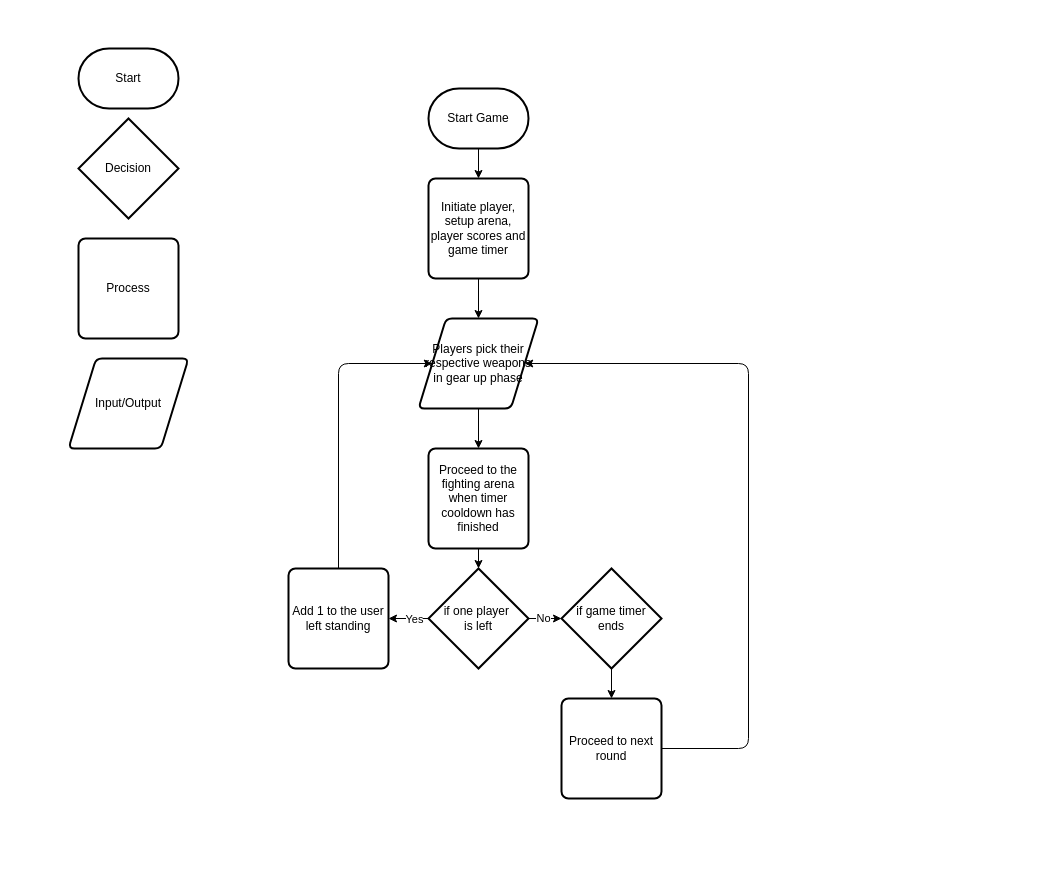
Earlier version of the draw.io diagram planning/drawio_flowcharts/Sprint2/sprint2_flowchart.drawio (MichaelHayesMC/term3-godot-furball-tactics). Source tidied: cells renumbered, new cells numbered last; positions are measured from the earlier drawing's top-left corner, leaving out a move shared by most shapes. Both pictures are drawn from the tidied source at 100%, with x=0, y=0 at pixel (68, 48).
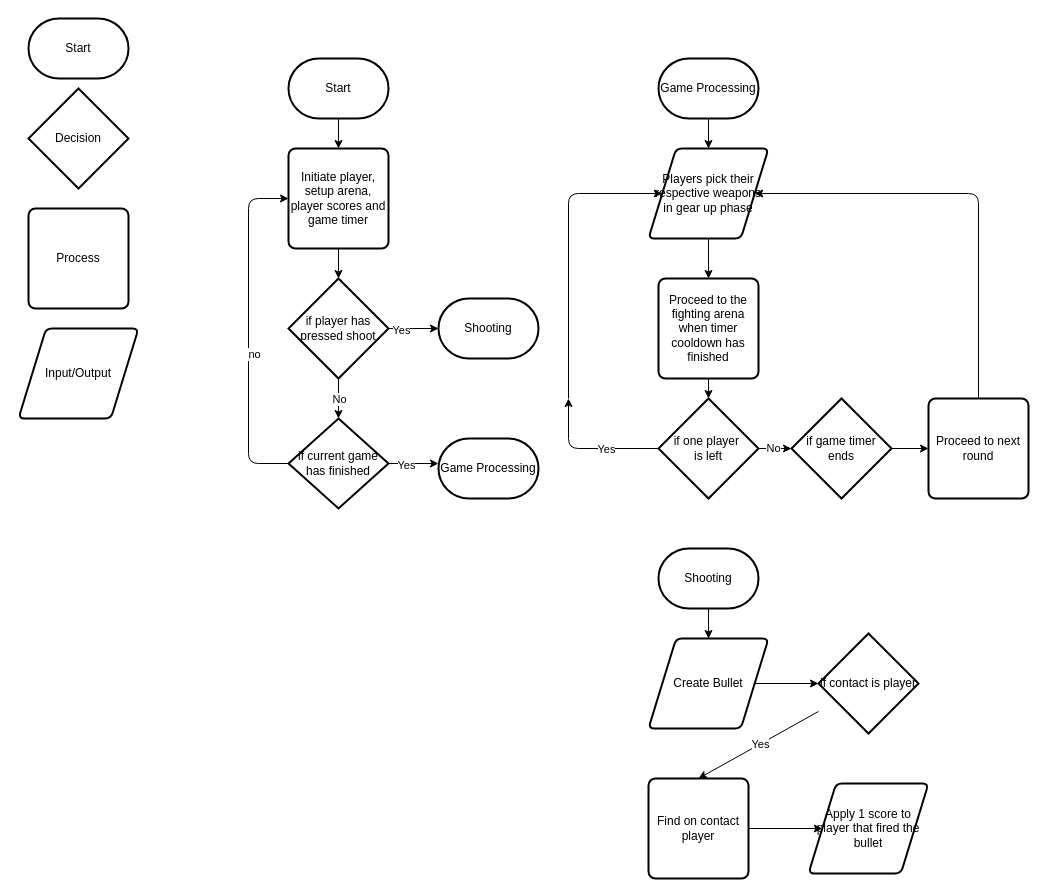
After the change.

Commit message (it also covers changes not shown here):
Created Flowcharts for what I want in my next sprints

The change refers to these unchanged cells:
```xml
<mxCell id="16" style="edgeStyle=none;html=1;" parent="1" edge="1" source="18" target="24">
  <mxGeometry relative="1" as="geometry" />
</mxCell>
```

Change to the diagram source:
```diff
@@
-    <mxCell id="2" value="Start" style="strokeWidth=2;html=1;shape=mxgraph.flowchart.terminator;whiteSpace=wrap;" parent="1" vertex="1">
-      <mxGeometry x="10" width="100" height="60" as="geometry" />
-    </mxCell>
-    <mxCell id="3" style="edgeStyle=none;html=1;" parent="1" edge="1" source="4" target="22">
-      <mxGeometry relative="1" as="geometry" />
-    </mxCell>
-    <mxCell id="4" value="Initiate player, setup arena, player scores and game timer" style="rounded=1;whiteSpace=wrap;html=1;absoluteArcSize=1;arcSize=14;strokeWidth=2;" parent="1" vertex="1">
-      <mxGeometry x="360" y="130" width="100" height="100" as="geometry" />
-    </mxCell>
+    <mxCell id="25" value="Start" style="strokeWidth=2;html=1;shape=mxgraph.flowchart.terminator;whiteSpace=wrap;" parent="1" vertex="1">
+      <mxGeometry x="-40" y="-30" width="100" height="60" as="geometry" />
+    </mxCell>
     <mxCell id="5" value="Decision" style="strokeWidth=2;html=1;shape=mxgraph.flowchart.decision;whiteSpace=wrap;" parent="1" vertex="1">
-      <mxGeometry x="10" y="70" width="100" height="100" as="geometry" />
+      <mxGeometry x="-40" y="40" width="100" height="100" as="geometry" />
     </mxCell>
     <mxCell id="6" value="Input/Output" style="shape=parallelogram;html=1;strokeWidth=2;perimeter=parallelogramPerimeter;whiteSpace=wrap;rounded=1;arcSize=12;size=0.23;" parent="1" vertex="1">
-      <mxGeometry y="310" width="120" height="90" as="geometry" />
+      <mxGeometry x="-50" y="280" width="120" height="90" as="geometry" />
     </mxCell>
-    <mxCell id="7" style="edgeStyle=none;html=1;" parent="1" edge="1" source="8">
-      <mxGeometry relative="1" as="geometry">
-        <mxPoint x="410" y="130" as="targetPoint" />
-      </mxGeometry>
-    </mxCell>
-    <mxCell id="8" value="Start Game" style="strokeWidth=2;html=1;shape=mxgraph.flowchart.terminator;whiteSpace=wrap;" parent="1" vertex="1">
-      <mxGeometry x="360" y="40" width="100" height="60" as="geometry" />
-    </mxCell>
+    <mxCell id="26" style="edgeStyle=none;html=1;" parent="1" edge="1" source="27">
+      <mxGeometry relative="1" as="geometry">
+        <mxPoint x="640" y="100" as="targetPoint" />
+      </mxGeometry>
+    </mxCell>
+    <mxCell id="27" value="&lt;span style=&quot;color: rgb(0, 0, 0);&quot;&gt;Game Processing&lt;/span&gt;" style="strokeWidth=2;html=1;shape=mxgraph.flowchart.terminator;whiteSpace=wrap;" parent="1" vertex="1">
+      <mxGeometry x="590" y="10" width="100" height="60" as="geometry" />
+    </mxCell>
@@
     <mxCell id="10" value="Proceed to the fighting arena when timer cooldown has finished" style="rounded=1;whiteSpace=wrap;html=1;absoluteArcSize=1;arcSize=14;strokeWidth=2;" parent="1" vertex="1">
-      <mxGeometry x="360" y="400" width="100" height="100" as="geometry" />
+      <mxGeometry x="590" y="230" width="100" height="100" as="geometry" />
     </mxCell>
     <mxCell id="11" value="Process" style="rounded=1;whiteSpace=wrap;html=1;absoluteArcSize=1;arcSize=14;strokeWidth=2;" parent="1" vertex="1">
-      <mxGeometry x="10" y="190" width="100" height="100" as="geometry" />
+      <mxGeometry x="-40" y="160" width="100" height="100" as="geometry" />
     </mxCell>
-    <mxCell id="12" style="edgeStyle=none;html=1;entryX=0;entryY=0.5;entryDx=0;entryDy=0;" parent="1" edge="1" source="13" target="22">
-      <mxGeometry relative="1" as="geometry">
-        <Array as="points">
-          <mxPoint x="270" y="315" />
-        </Array>
-      </mxGeometry>
-    </mxCell>
-    <mxCell id="13" value="Add 1 to the user left standing" style="rounded=1;whiteSpace=wrap;html=1;absoluteArcSize=1;arcSize=14;strokeWidth=2;" parent="1" vertex="1">
-      <mxGeometry x="220" y="520" width="100" height="100" as="geometry" />
-    </mxCell>
-    <mxCell id="14" style="edgeStyle=none;html=1;" parent="1" edge="1" source="18" target="13">
-      <mxGeometry relative="1" as="geometry" />
-    </mxCell>
-    <mxCell id="15" value="Yes" style="edgeLabel;html=1;align=center;verticalAlign=middle;" parent="14" vertex="1">
-      <mxGeometry x="-0.25" relative="1" as="geometry" />
-    </mxCell>
+    <mxCell id="28" style="edgeStyle=none;html=1;entryX=0;entryY=0.5;entryDx=0;entryDy=0;" parent="1" edge="1" target="22">
+      <mxGeometry relative="1" as="geometry">
+        <mxPoint x="500" y="350" as="sourcePoint" />
+        <Array as="points">
+          <mxPoint x="500" y="145" />
+        </Array>
+      </mxGeometry>
+    </mxCell>
+    <mxCell id="29" style="edgeStyle=none;html=1;" parent="1" edge="1" source="18">
+      <mxGeometry relative="1" as="geometry">
+        <mxPoint x="500" y="350" as="targetPoint" />
+        <Array as="points">
+          <mxPoint x="500" y="400" />
+        </Array>
+      </mxGeometry>
+    </mxCell>
+    <mxCell id="30" value="Yes" style="edgeLabel;html=1;align=center;verticalAlign=middle;" parent="29" vertex="1">
+      <mxGeometry x="-0.25" relative="1" as="geometry" />
+    </mxCell>
@@
-    <mxCell id="17" value="No" style="edgeLabel;html=1;align=center;verticalAlign=middle;" parent="16" vertex="1">
-      <mxGeometry x="-0.15" y="1" relative="1" as="geometry" />
-    </mxCell>
+    <mxCell id="31" value="No" style="edgeLabel;html=1;align=center;verticalAlign=middle;" parent="16" vertex="1">
+      <mxGeometry x="-0.15" y="1" relative="1" as="geometry" />
+    </mxCell>
     <mxCell id="18" value="if one player&amp;nbsp;&lt;div&gt;is left&lt;/div&gt;" style="strokeWidth=2;html=1;shape=mxgraph.flowchart.decision;whiteSpace=wrap;direction=south;" parent="1" vertex="1">
-      <mxGeometry x="360" y="520" width="100" height="100" as="geometry" />
+      <mxGeometry x="590" y="350" width="100" height="100" as="geometry" />
     </mxCell>
     <mxCell id="19" style="edgeStyle=none;html=1;entryX=1;entryY=0.5;entryDx=0;entryDy=0;" parent="1" edge="1" source="20" target="22">
-      <mxGeometry relative="1" as="geometry">
+      <mxGeometry x="-0.61" relative="1" as="geometry">
         <Array as="points">
-          <mxPoint x="680" y="700" />
-          <mxPoint x="680" y="315" />
+          <mxPoint x="910" y="145" />
         </Array>
       </mxGeometry>
     </mxCell>
     <mxCell id="20" value="Proceed to next round" style="rounded=1;whiteSpace=wrap;html=1;absoluteArcSize=1;arcSize=14;strokeWidth=2;" parent="1" vertex="1">
-      <mxGeometry x="493" y="650" width="100" height="100" as="geometry" />
+      <mxGeometry x="860" y="350" width="100" height="100" as="geometry" />
     </mxCell>
@@
     <mxCell id="22" value="Players pick their respective weapons in gear up phase" style="shape=parallelogram;html=1;strokeWidth=2;perimeter=parallelogramPerimeter;whiteSpace=wrap;rounded=1;arcSize=12;size=0.23;" parent="1" vertex="1">
-      <mxGeometry x="350" y="270" width="120" height="90" as="geometry" />
+      <mxGeometry x="580" y="100" width="120" height="90" as="geometry" />
     </mxCell>
@@
     <mxCell id="24" value="if game timer ends" style="strokeWidth=2;html=1;shape=mxgraph.flowchart.decision;whiteSpace=wrap;direction=south;" parent="1" vertex="1">
-      <mxGeometry x="493" y="520" width="100" height="100" as="geometry" />
+      <mxGeometry x="723" y="350" width="100" height="100" as="geometry" />
     </mxCell>
+    <mxCell id="32" style="edgeStyle=none;html=1;" parent="1" edge="1" source="33" target="4">
+      <mxGeometry relative="1" as="geometry" />
+    </mxCell>
+    <mxCell id="33" value="Start" style="strokeWidth=2;html=1;shape=mxgraph.flowchart.terminator;whiteSpace=wrap;" parent="1" vertex="1">
+      <mxGeometry x="220" y="10" width="100" height="60" as="geometry" />
+    </mxCell>
+    <mxCell id="34" style="edgeStyle=none;html=1;" parent="1" edge="1" source="35">
+      <mxGeometry relative="1" as="geometry">
+        <mxPoint x="640" y="590" as="targetPoint" />
+      </mxGeometry>
+    </mxCell>
+    <mxCell id="35" value="Shooting" style="strokeWidth=2;html=1;shape=mxgraph.flowchart.terminator;whiteSpace=wrap;" parent="1" vertex="1">
+      <mxGeometry x="590" y="500" width="100" height="60" as="geometry" />
+    </mxCell>
+    <mxCell id="36" style="edgeStyle=none;html=1;" parent="1" edge="1" source="40" target="45">
+      <mxGeometry relative="1" as="geometry" />
+    </mxCell>
+    <mxCell id="37" value="No" style="edgeLabel;html=1;align=center;verticalAlign=middle;" parent="36" vertex="1">
+      <mxGeometry x="-0.02" relative="1" as="geometry" />
+    </mxCell>
+    <mxCell id="38" style="edgeStyle=none;html=1;" parent="1" edge="1" source="40">
+      <mxGeometry relative="1" as="geometry">
+        <mxPoint x="370" y="280" as="targetPoint" />
+      </mxGeometry>
+    </mxCell>
+    <mxCell id="39" value="Yes" style="edgeLabel;html=1;align=center;verticalAlign=middle;" parent="38" vertex="1">
+      <mxGeometry x="-0.54" y="-1" relative="1" as="geometry" />
+    </mxCell>
+    <mxCell id="40" value="if player has pressed shoot" style="strokeWidth=2;html=1;shape=mxgraph.flowchart.decision;whiteSpace=wrap;" parent="1" vertex="1">
+      <mxGeometry x="220" y="230" width="100" height="100" as="geometry" />
+    </mxCell>
+    <mxCell id="41" style="edgeStyle=none;html=1;" parent="1" edge="1" source="45">
+      <mxGeometry relative="1" as="geometry">
+        <mxPoint x="370" y="415" as="targetPoint" />
+      </mxGeometry>
+    </mxCell>
+    <mxCell id="42" value="Yes" style="edgeLabel;html=1;align=center;verticalAlign=middle;" parent="41" vertex="1">
+      <mxGeometry x="-0.32" y="-1" relative="1" as="geometry" />
+    </mxCell>
+    <mxCell id="43" style="edgeStyle=none;html=1;entryX=0;entryY=0.5;entryDx=0;entryDy=0;" parent="1" edge="1" source="45" target="4">
+      <mxGeometry relative="1" as="geometry">
+        <Array as="points">
+          <mxPoint x="180" y="415" />
+          <mxPoint x="180" y="150" />
+        </Array>
+      </mxGeometry>
+    </mxCell>
+    <mxCell id="44" value="no" style="edgeLabel;html=1;align=center;verticalAlign=middle;" parent="43" vertex="1">
+      <mxGeometry x="-0.13" y="-5" relative="1" as="geometry" />
+    </mxCell>
+    <mxCell id="45" value="if current game has finished" style="strokeWidth=2;html=1;shape=mxgraph.flowchart.decision;whiteSpace=wrap;" parent="1" vertex="1">
+      <mxGeometry x="220" y="370" width="100" height="90" as="geometry" />
+    </mxCell>
+    <mxCell id="46" style="edgeStyle=none;html=1;" parent="1" edge="1" source="4" target="40">
+      <mxGeometry relative="1" as="geometry" />
+    </mxCell>
+    <mxCell id="4" value="Initiate player, setup arena, player scores and game timer" style="rounded=1;whiteSpace=wrap;html=1;absoluteArcSize=1;arcSize=14;strokeWidth=2;" parent="1" vertex="1">
+      <mxGeometry x="220" y="100" width="100" height="100" as="geometry" />
+    </mxCell>
+    <mxCell id="47" value="Shooting" style="strokeWidth=2;html=1;shape=mxgraph.flowchart.terminator;whiteSpace=wrap;" parent="1" vertex="1">
+      <mxGeometry x="370" y="250" width="100" height="60" as="geometry" />
+    </mxCell>
+    <mxCell id="48" value="Game Processing" style="strokeWidth=2;html=1;shape=mxgraph.flowchart.terminator;whiteSpace=wrap;" parent="1" vertex="1">
+      <mxGeometry x="370" y="390" width="100" height="60" as="geometry" />
+    </mxCell>
+    <mxCell id="49" style="edgeStyle=none;html=1;" parent="1" edge="1" source="50" target="56">
+      <mxGeometry relative="1" as="geometry" />
+    </mxCell>
+    <mxCell id="50" value="Find on contact player" style="rounded=1;whiteSpace=wrap;html=1;absoluteArcSize=1;arcSize=14;strokeWidth=2;" parent="1" vertex="1">
+      <mxGeometry x="580" y="730" width="100" height="100" as="geometry" />
+    </mxCell>
+    <mxCell id="51" style="edgeStyle=none;html=1;" parent="1" edge="1" source="52" target="55">
+      <mxGeometry relative="1" as="geometry" />
+    </mxCell>
+    <mxCell id="52" value="Create Bullet" style="shape=parallelogram;html=1;strokeWidth=2;perimeter=parallelogramPerimeter;whiteSpace=wrap;rounded=1;arcSize=12;size=0.23;" parent="1" vertex="1">
+      <mxGeometry x="580" y="590" width="120" height="90" as="geometry" />
+    </mxCell>
+    <mxCell id="53" style="edgeStyle=none;html=1;entryX=0.5;entryY=0;entryDx=0;entryDy=0;" parent="1" edge="1" source="55" target="50">
+      <mxGeometry relative="1" as="geometry" />
+    </mxCell>
+    <mxCell id="54" value="Yes" style="edgeLabel;html=1;align=center;verticalAlign=middle;" parent="53" vertex="1">
+      <mxGeometry x="-0.02" relative="1" as="geometry" />
+    </mxCell>
+    <mxCell id="55" value="&lt;span style=&quot;color: rgb(0, 0, 0);&quot;&gt;if contact is player&lt;/span&gt;" style="strokeWidth=2;html=1;shape=mxgraph.flowchart.decision;whiteSpace=wrap;" parent="1" vertex="1">
+      <mxGeometry x="750" y="585" width="100" height="100" as="geometry" />
+    </mxCell>
+    <mxCell id="56" value="Apply 1 score to player that fired the bullet" style="shape=parallelogram;html=1;strokeWidth=2;perimeter=parallelogramPerimeter;whiteSpace=wrap;rounded=1;arcSize=12;size=0.23;" parent="1" vertex="1">
+      <mxGeometry x="740" y="735" width="120" height="90" as="geometry" />
+    </mxCell>
```
